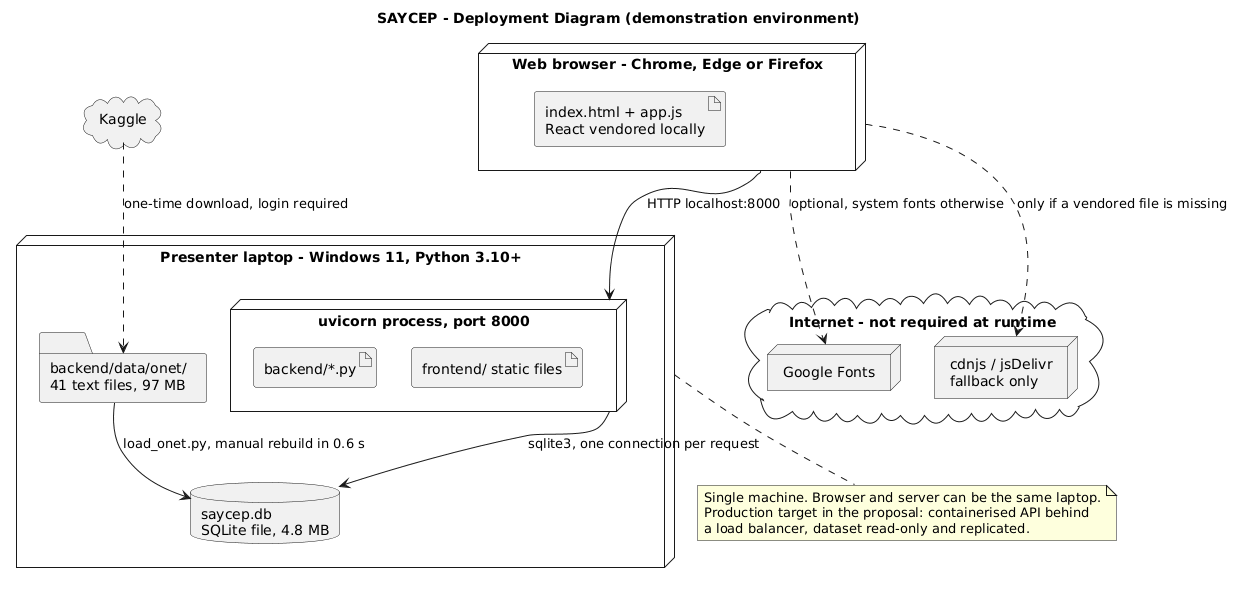
ShogunLSG/SAYCEP keeps this PlantUML diagram as docs/uml/a3/07-deployment.png. Above is the earlier version.
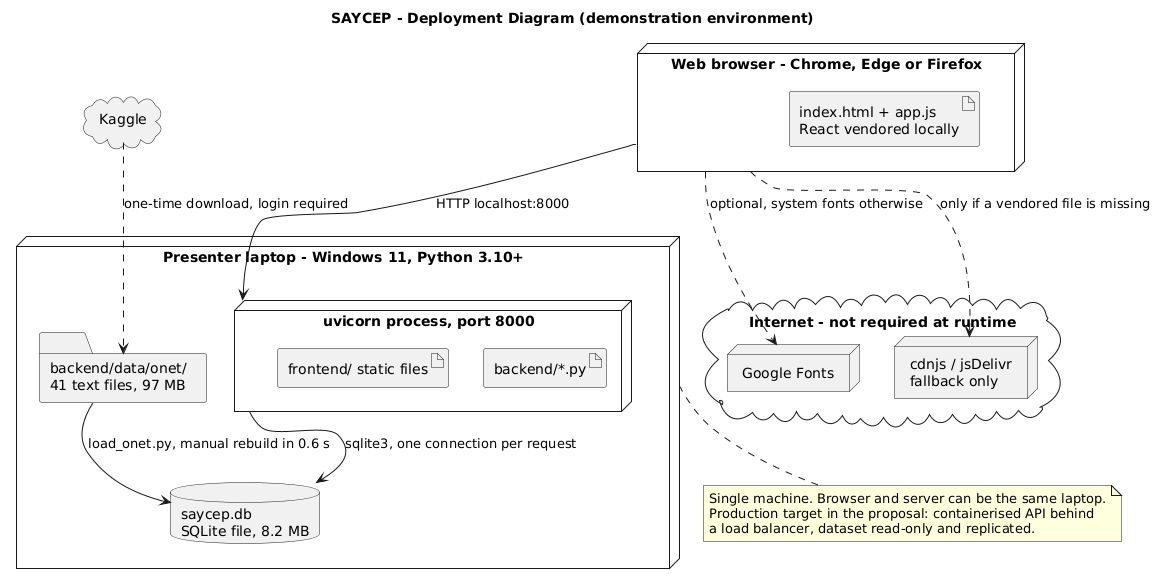
After the commit.

The edit, as a diff of the source:
```diff
@@ -1,4 +1,4 @@
-@startuml
+@startuml SAYCEP_A3_Deployment
 title SAYCEP - Deployment Diagram (demonstration environment)
 skinparam shadowing false
 
@@ -7,7 +7,7 @@
     artifact "backend/*.py" as Code
     artifact "frontend/ static files" as Static
   }
-  database "saycep.db\nSQLite file, 4.8 MB" as DB
+  database "saycep.db\nSQLite file, 8.2 MB" as DB
   folder "backend/data/onet/\n41 text files, 97 MB" as Onet
 }
 
```
